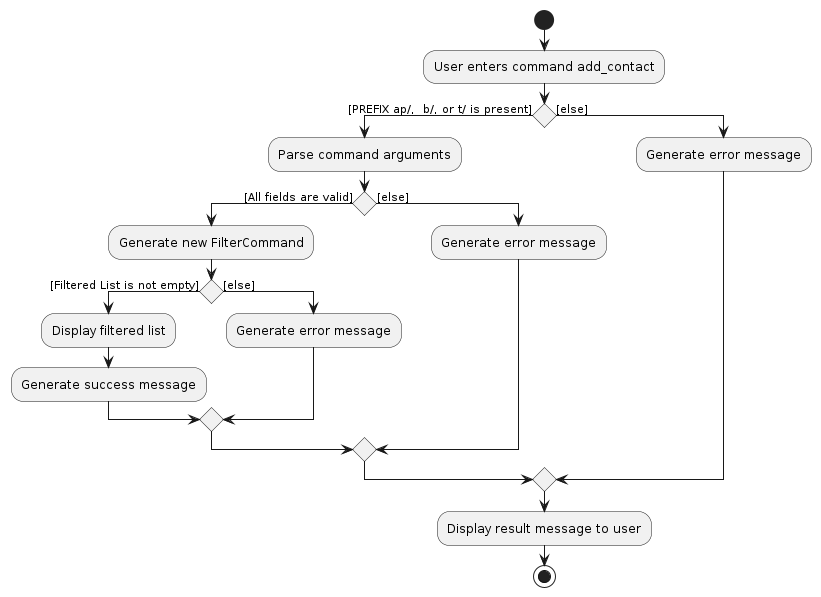
AY2425S1-CS2103T-T10-1/tp keeps this PlantUML diagram as diagrams/FilterActivityDiagram.png. Above is the earlier version. Its source is kept beside it as diagrams/FilterActivityDiagram.puml.
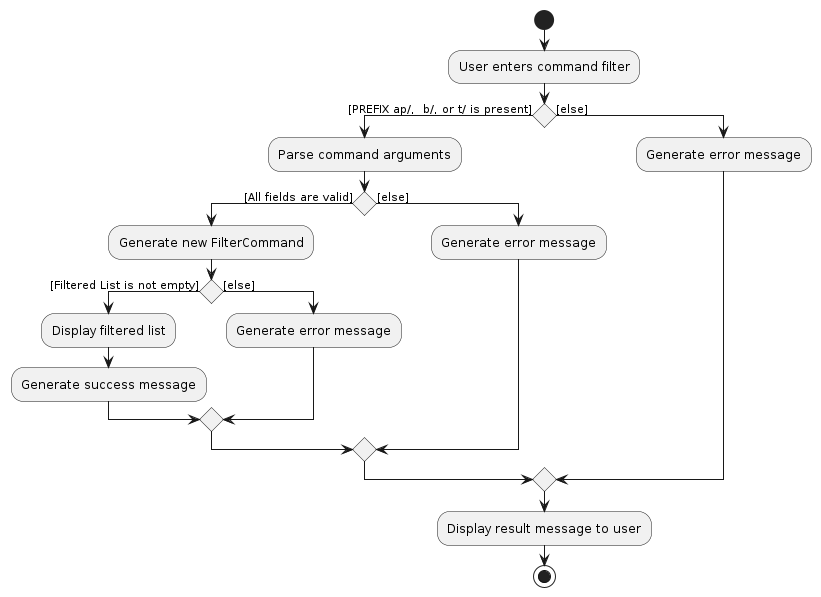
The same diagram one commit later.

What changed in the source:
```diff
@@ -1,6 +1,6 @@
 @startuml
 start
-:User enters command add_contact;
+:User enters command filter;
 if () then ([PREFIX ap/,  b/, or t/ is present])
     :Parse command arguments;
     if () then ([All fields are valid])
```
